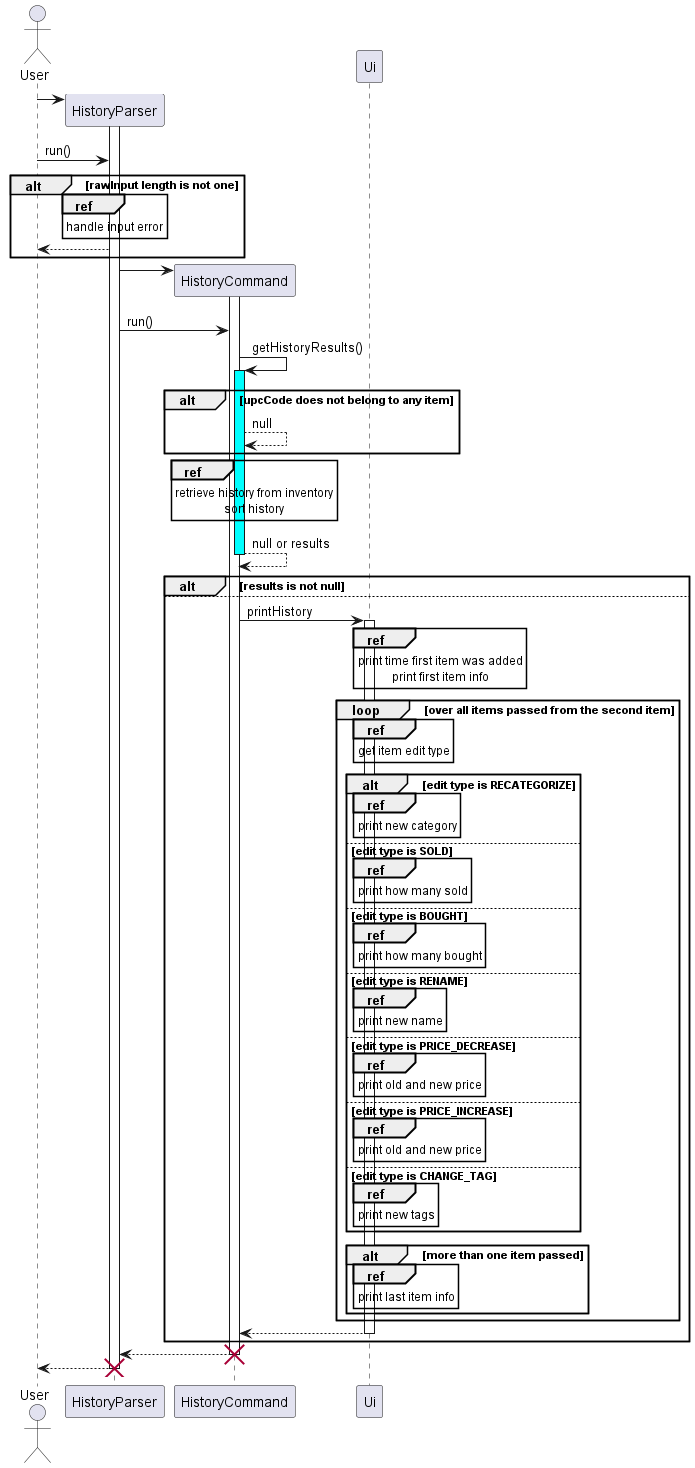
This is docs/UML/History/HistoryParser.png from nus-cs2113-AY2223S2/tp, a PlantUML export, as it was before one commit. Its diagram source:
```plantuml
@startuml

actor User
User -> HistoryParser**
activate HistoryParser
User -> HistoryParser: run()
alt rawInput length is not one
    ref over HistoryParser
        handle input error
    end ref
    HistoryParser --> User
end
HistoryParser -> HistoryCommand**
activate HistoryCommand
HistoryParser -> HistoryCommand: run()
HistoryCommand -> HistoryCommand: getHistoryResults()
activate HistoryCommand #cyan
alt upcCode does not belong to any item
    HistoryCommand --> HistoryCommand: null
end
ref over HistoryCommand
    retrieve history from inventory
    sort history
end ref
return null or results
participant Ui
alt results is not null
else
HistoryCommand -> Ui: printHistory
activate Ui
ref over Ui
    print time first item was added
    print first item info
end ref
loop over all items passed from the second item
    ref over Ui
        get item edit type
    end ref
    alt edit type is RECATEGORIZE
        ref over Ui
            print new category
        end ref
    else edit type is SOLD
        ref over Ui
            print how many sold
        end ref
    else edit type is BOUGHT
        ref over Ui
            print how many bought
        end ref
    else edit type is RENAME
        ref over Ui
            print new name
        end ref
    else edit type is PRICE_DECREASE
        ref over Ui
            print old and new price
        end ref
    else edit type is PRICE_INCREASE
        ref over Ui
            print old and new price
        end ref
    else edit type is CHANGE_TAG
        ref over Ui
            print new tags
        end ref
    end
    alt more than one item passed
        ref over Ui
            print last item info
        end ref
    end
end
return
end
return
destroy HistoryCommand
return
destroy HistoryParser
@enduml
```
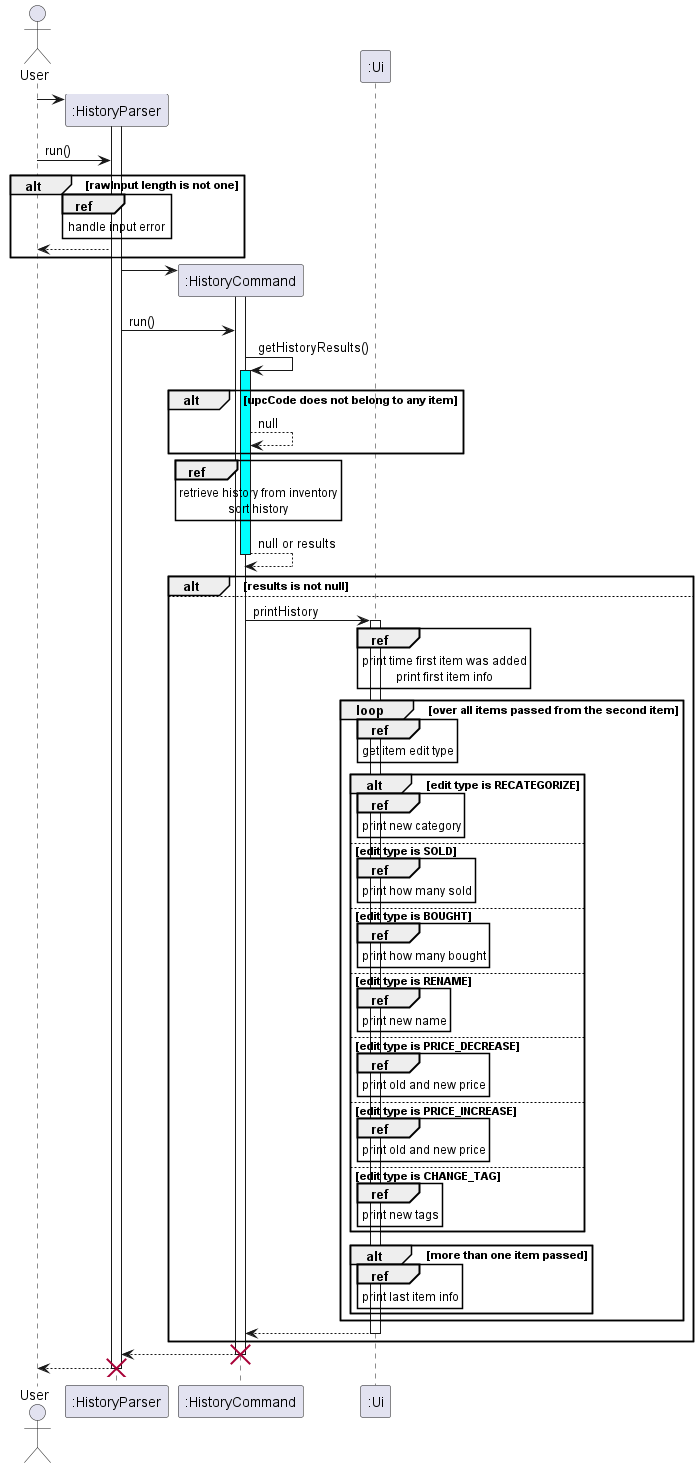
Above is the later version.

Diff of the diagram source:
```diff
@@ -1,72 +1,72 @@
 @startuml
 
 actor User
-User -> HistoryParser**
-activate HistoryParser
-User -> HistoryParser: run()
+User -> ":HistoryParser"**
+activate ":HistoryParser"
+User -> ":HistoryParser": run()
 alt rawInput length is not one
-    ref over HistoryParser
+    ref over ":HistoryParser"
         handle input error
     end ref
-    HistoryParser --> User
+    ":HistoryParser" --> User
 end
-HistoryParser -> HistoryCommand**
-activate HistoryCommand
-HistoryParser -> HistoryCommand: run()
-HistoryCommand -> HistoryCommand: getHistoryResults()
-activate HistoryCommand #cyan
+":HistoryParser" -> ":HistoryCommand"**
+activate ":HistoryCommand"
+":HistoryParser" -> ":HistoryCommand": run()
+":HistoryCommand" -> ":HistoryCommand": getHistoryResults()
+activate ":HistoryCommand" #cyan
 alt upcCode does not belong to any item
-    HistoryCommand --> HistoryCommand: null
+    ":HistoryCommand" --> ":HistoryCommand": null
 end
-ref over HistoryCommand
+ref over ":HistoryCommand"
     retrieve history from inventory
     sort history
 end ref
 return null or results
-participant Ui
+participant ":Ui"
 alt results is not null
 else
-HistoryCommand -> Ui: printHistory
-activate Ui
-ref over Ui
+":HistoryCommand" -> ":Ui": printHistory
+activate ":Ui"
+ref over ":Ui"
     print time first item was added
     print first item info
 end ref
 loop over all items passed from the second item
-    ref over Ui
+    ref over ":Ui"
         get item edit type
     end ref
     alt edit type is RECATEGORIZE
-        ref over Ui
+        ref over ":Ui"
             print new category
         end ref
     else edit type is SOLD
-        ref over Ui
+        ref over ":Ui"
             print how many sold
         end ref
     else edit type is BOUGHT
-        ref over Ui
+        ref over ":Ui"
             print how many bought
         end ref
     else edit type is RENAME
-        ref over Ui
+        ref over ":Ui"
             print new name
         end ref
     else edit type is PRICE_DECREASE
-        ref over Ui
+        ref over ":Ui"
             print old and new price
         end ref
     else edit type is PRICE_INCREASE
-        ref over Ui
+        ref over ":Ui"
             print old and new price
         end ref
     else edit type is CHANGE_TAG
-        ref over Ui
+        ref over ":Ui"
             print new tags
         end ref
     end
     alt more than one item passed
-        ref over Ui
+        ref over ":Ui"
             print last item info
         end ref
     end
@@ -74,7 +74,7 @@
 return
 end
 return
-destroy HistoryCommand
+destroy ":HistoryCommand"
 return
-destroy HistoryParser
+destroy ":HistoryParser"
 @enduml
```
